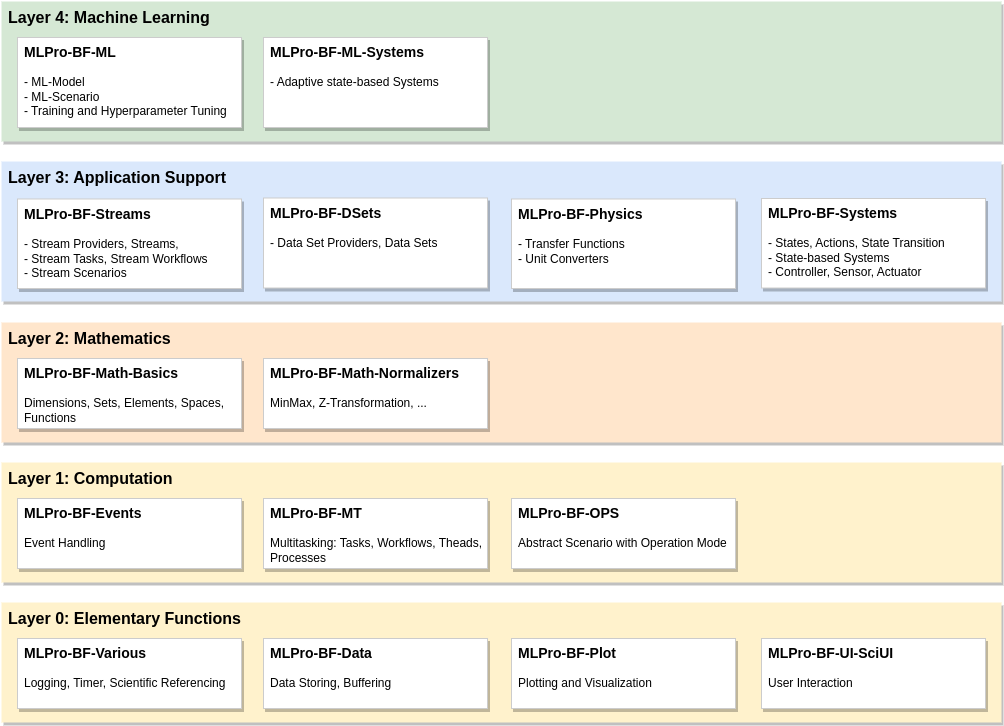
fhswf/MLPro keeps this draw.io diagram as doc/rtd/content/02_basic_functions/mlpro_bf/sub/images/MLPro-BF_Overview.drawio.png. Above is the earlier version. Source tidied: cells renumbered, new cells last; positions are measured from the earlier drawing's top-left corner, leaving out a move shared by most shapes.
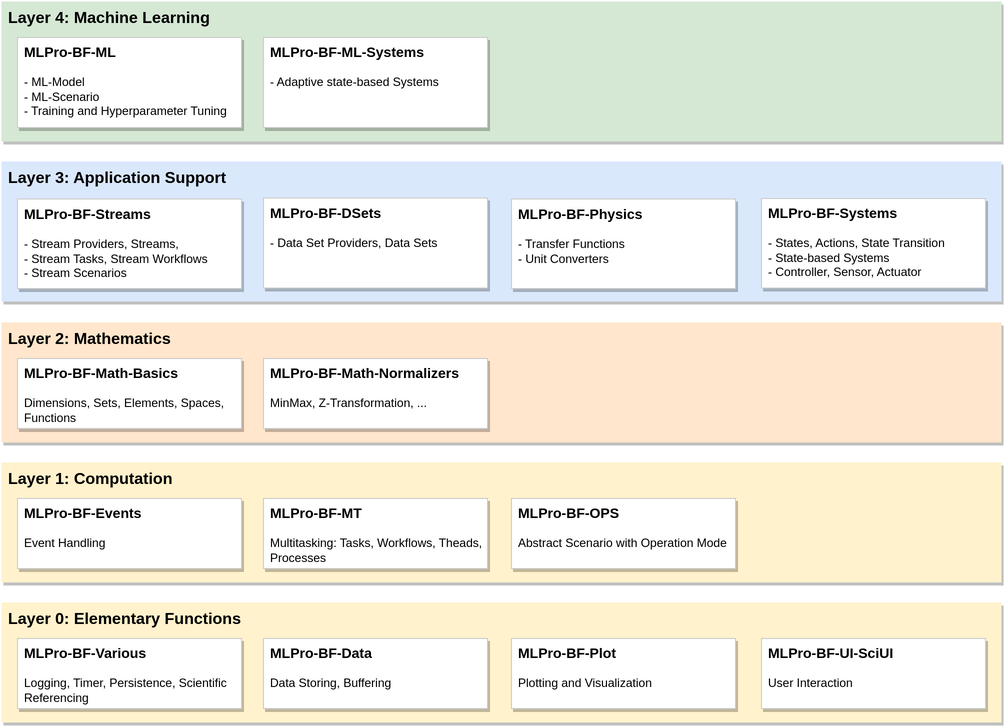
After the change.

Diff of the diagram source:
```diff
@@ -17,7 +17,7 @@
     <mxCell id="6" value="Layer 1: Computation" style="rounded=0;whiteSpace=wrap;html=1;shadow=1;glass=0;fontSize=16;align=left;labelPosition=center;verticalLabelPosition=middle;verticalAlign=top;spacingLeft=5;fontStyle=1;fillColor=#fff2cc;strokeColor=none;strokeWidth=1;gradientColor=none;" parent="1" vertex="1">
       <mxGeometry y="461" width="1000" height="120" as="geometry" />
     </mxCell>
-    <mxCell id="7" value="&lt;font style=&quot;font-size: 14px;&quot;&gt;MLPro-BF-Various&lt;/font&gt;&lt;br&gt;&lt;span style=&quot;font-weight: normal;&quot;&gt;&lt;br&gt;Logging, Timer, Scientific Referencing&lt;/span&gt;" style="rounded=0;whiteSpace=wrap;html=1;glass=0;shadow=1;align=left;verticalAlign=top;fontStyle=1;spacingLeft=5;strokeColor=#CCCCCC;" parent="1" vertex="1">
+    <mxCell id="7" value="&lt;font style=&quot;font-size: 14px;&quot;&gt;MLPro-BF-Various&lt;/font&gt;&lt;br&gt;&lt;span style=&quot;font-weight: normal;&quot;&gt;&lt;br&gt;Logging, Timer, Persistence, Scientific Referencing&lt;/span&gt;" style="rounded=0;whiteSpace=wrap;html=1;glass=0;shadow=1;align=left;verticalAlign=top;fontStyle=1;spacingLeft=5;strokeColor=#CCCCCC;" parent="1" vertex="1">
       <mxGeometry x="16" y="637" width="224" height="70" as="geometry" />
     </mxCell>
     <mxCell id="8" value="&lt;font style=&quot;font-size: 14px;&quot;&gt;MLPro-BF-Math-Basics&lt;br&gt;&lt;/font&gt;&lt;span style=&quot;font-weight: normal;&quot;&gt;&lt;br&gt;Dimensions, Sets, Elements, Spaces, Functions&lt;/span&gt;" style="rounded=0;whiteSpace=wrap;html=1;glass=0;shadow=1;align=left;verticalAlign=top;fontStyle=1;spacingLeft=5;strokeColor=#CCCCCC;" parent="1" vertex="1">
```
